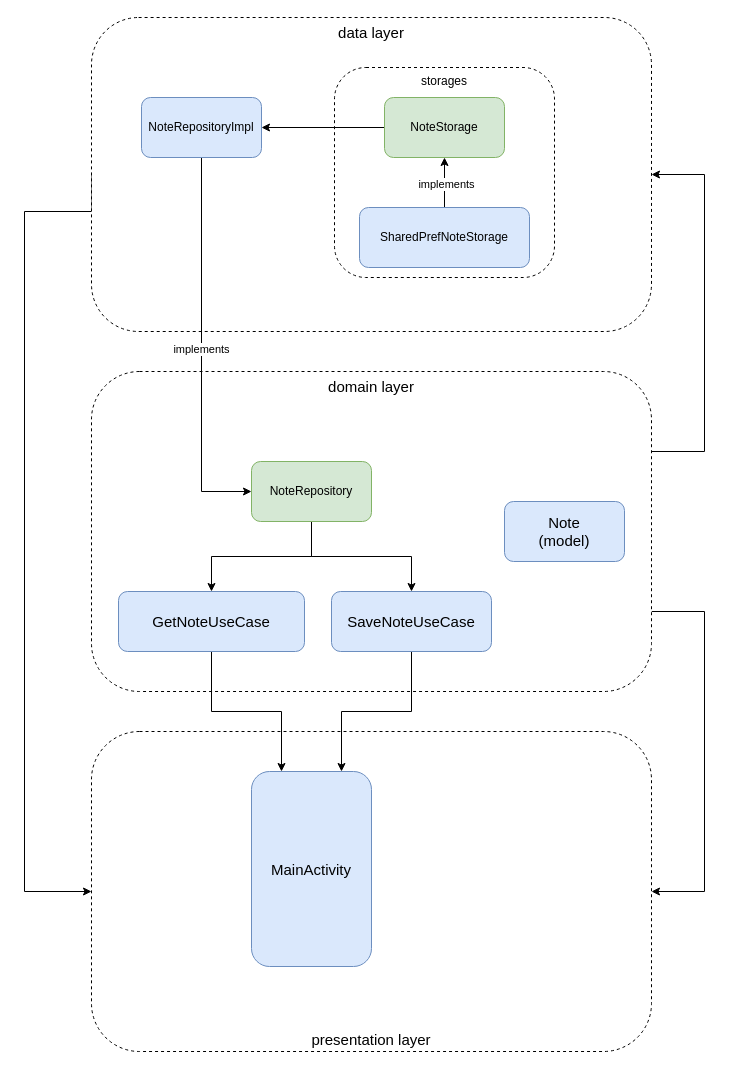
The draw.io diagram architecture diagram.drawio in vlatrof/android-clean-architecture-demo, before the edit. Source tidied: cells renumbered, new cells numbered last; positions are measured from the earlier drawing's top-left corner, leaving out a move shared by most shapes. Both pictures are drawn from the tidied source at 100%, with x=0, y=0 at pixel (24, 17).
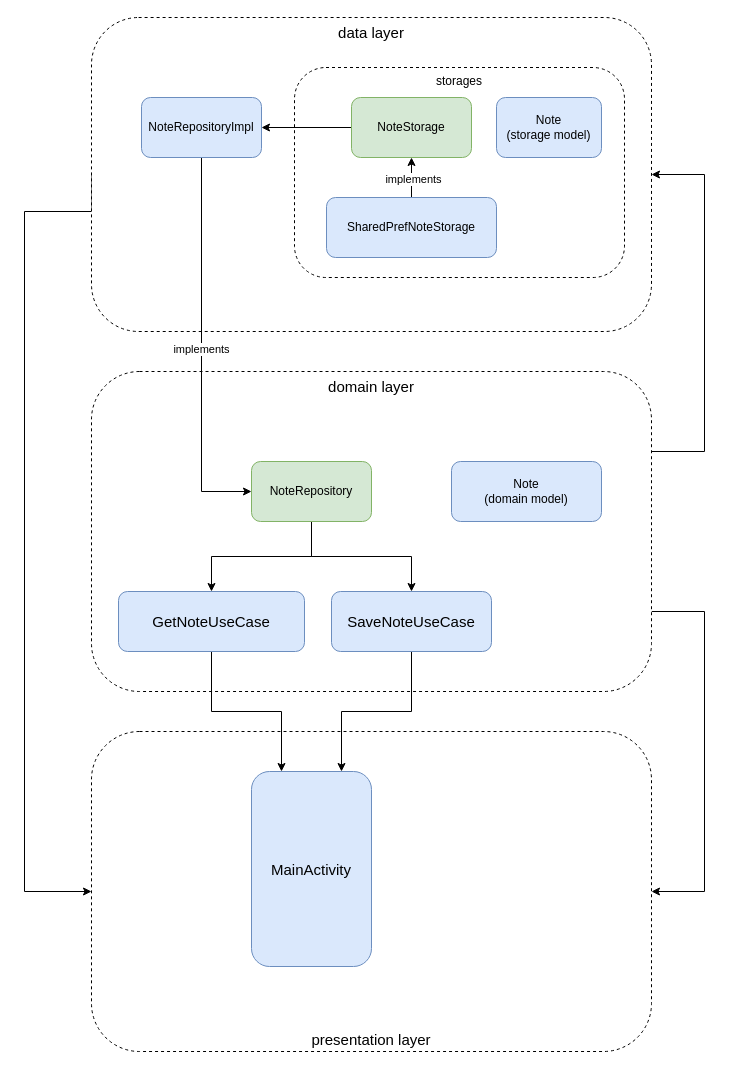
Above is the later version.

Diff of the diagram source:
```diff
@@
-    <mxCell id="9" value="Note&lt;br&gt;(model)" style="rounded=1;whiteSpace=wrap;html=1;fontSize=15;fillColor=#dae8fc;strokeColor=#6c8ebf;" parent="1" vertex="1">
-      <mxGeometry x="480" y="484" width="120" height="60" as="geometry" />
+    <mxCell id="9" value="Note&lt;br style=&quot;font-size: 12px;&quot;&gt;(domain model)" style="rounded=1;whiteSpace=wrap;html=1;fontSize=12;fillColor=#dae8fc;strokeColor=#6c8ebf;" parent="1" vertex="1">
+      <mxGeometry x="427" y="444" width="150" height="60" as="geometry" />
     </mxCell>
@@
     <mxCell id="19" value="storages" style="rounded=1;whiteSpace=wrap;html=1;dashed=1;verticalAlign=top;" parent="1" vertex="1">
-      <mxGeometry x="310" y="50" width="220" height="210" as="geometry" />
+      <mxGeometry x="270" y="50" width="330" height="210" as="geometry" />
     </mxCell>
@@
     <mxCell id="21" value="NoteStorage" style="rounded=1;whiteSpace=wrap;html=1;fillColor=#d5e8d4;strokeColor=#82b366;" parent="1" vertex="1">
-      <mxGeometry x="360" y="80" width="120" height="60" as="geometry" />
+      <mxGeometry x="327" y="80" width="120" height="60" as="geometry" />
     </mxCell>
@@
     <mxCell id="24" value="SharedPrefNoteStorage" style="rounded=1;whiteSpace=wrap;html=1;fillColor=#dae8fc;strokeColor=#6c8ebf;" parent="1" vertex="1">
-      <mxGeometry x="335" y="190" width="170" height="60" as="geometry" />
+      <mxGeometry x="302" y="180" width="170" height="60" as="geometry" />
     </mxCell>
+    <mxCell id="25" value="Note&lt;br style=&quot;font-size: 12px;&quot;&gt;(storage model)" style="rounded=1;whiteSpace=wrap;html=1;fontSize=12;fillColor=#dae8fc;strokeColor=#6c8ebf;" parent="1" vertex="1">
+      <mxGeometry x="472" y="80" width="105" height="60" as="geometry" />
+    </mxCell>
```
